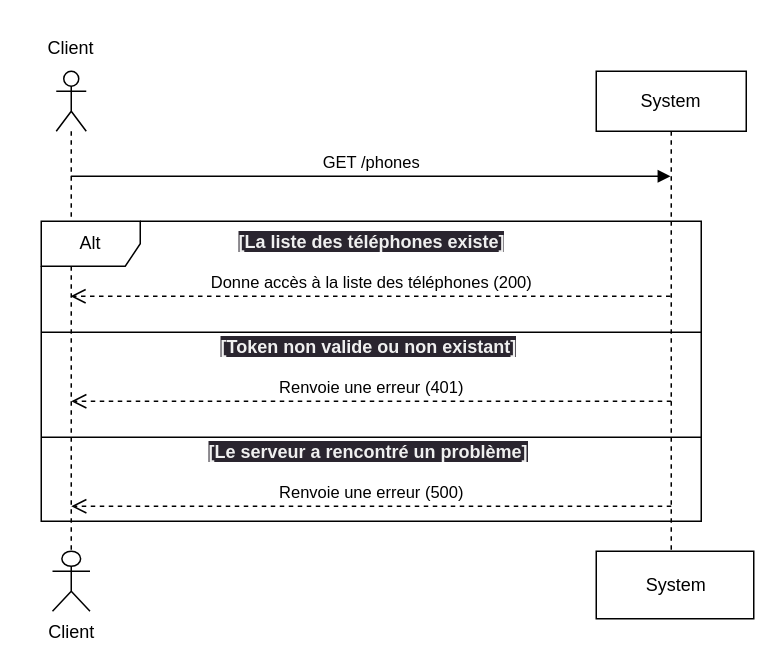
The draw.io diagram public/UML/sd_GET-téléphones.drawio in Tony-marques/P7_bilemo, before the edit. Source tidied: cells renumbered, new cells numbered last; positions are measured from the earlier drawing's top-left corner, leaving out a move shared by most shapes. Both pictures are drawn from the tidied source at 150%, with x=0, y=0 at pixel (26, 26).
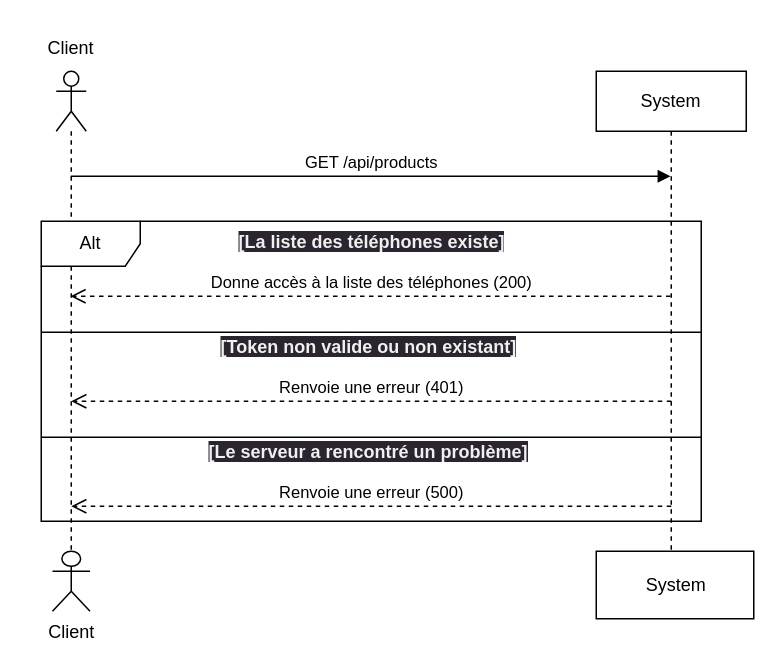
The same diagram, later.

Unchanged cells that the change refers to:
```xml
<mxCell id="2" value="System" style="shape=umlLifeline;perimeter=lifelinePerimeter;whiteSpace=wrap;html=1;" parent="1" vertex="1">
  <mxGeometry x="380" y="30" width="100" height="320" as="geometry" />
</mxCell>
```

What changed in the source:
```diff
@@
-    <mxCell id="3" value="GET /phones" style="html=1;verticalAlign=bottom;endArrow=block;" parent="2" edge="1">
+    <mxCell id="3" value="GET /api/products" style="html=1;verticalAlign=bottom;endArrow=block;" parent="2" edge="1">
       <mxGeometry relative="1" as="geometry">
         <mxPoint x="-350.3" y="70" as="sourcePoint" />
         <mxPoint x="49.5" y="70" as="targetPoint" />
         <Array as="points">
           <mxPoint x="-40" y="70" />
         </Array>
       </mxGeometry>
     </mxCell>
```
